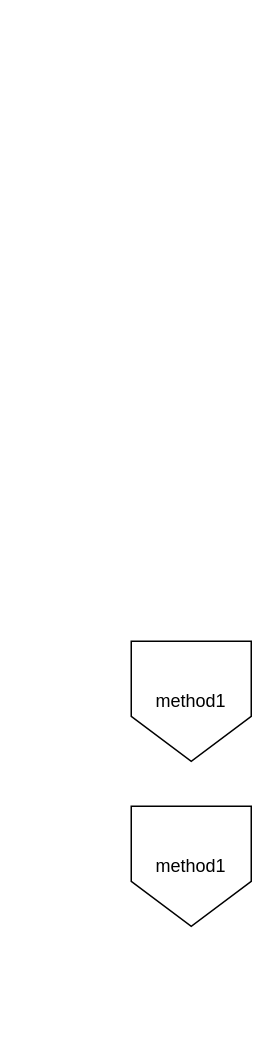
Above: page "Method 1" (2 of 3) of .github/Flowcharts/Read from File.drawio in NPITX-programs/ReadFromName (draw.io), before the change. Source tidied: cells renumbered, new cells numbered last; positions are measured from the earlier drawing's top-left corner, leaving out a move shared by most shapes. Both pictures are drawn from the tidied source at 150%, with x=0, y=0 at pixel (130, 640).
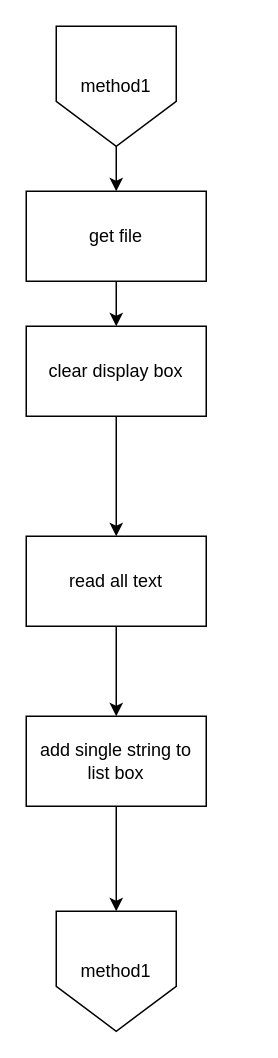
The same page after the edit.

Change to the diagram source:
```diff
@@
 <mxGraphModel>
   <root>
     <mxCell id="0" />
     <mxCell id="1" parent="0" />
+    <mxCell id="4" style="edgeStyle=orthogonalEdgeStyle;rounded=0;jettySize=auto;html=1;" parent="1" edge="1" source="2" target="10">
+      <mxGeometry relative="1" as="geometry" />
+    </mxCell>
     <mxCell id="2" value="method1" style="shape=offPageConnector;whiteSpace=wrap;html=1;" parent="1" vertex="1">
-      <mxGeometry width="80" height="80" as="geometry" />
+      <mxGeometry x="-50" y="-410" width="80" height="80" as="geometry" />
     </mxCell>
     <mxCell id="3" value="method1" style="shape=offPageConnector;whiteSpace=wrap;html=1;" parent="1" vertex="1">
-      <mxGeometry y="110" width="80" height="80" as="geometry" />
+      <mxGeometry x="-50" y="180" width="80" height="80" as="geometry" />
     </mxCell>
+    <mxCell id="5" style="edgeStyle=orthogonalEdgeStyle;rounded=0;jettySize=auto;html=1;" parent="1" edge="1" source="6" target="8">
+      <mxGeometry relative="1" as="geometry" />
+    </mxCell>
+    <mxCell id="6" value="read all text" style="rounded=0;whiteSpace=wrap;html=1;" parent="1" vertex="1">
+      <mxGeometry x="-70" y="-70" width="120" height="60" as="geometry" />
+    </mxCell>
+    <mxCell id="7" style="edgeStyle=orthogonalEdgeStyle;rounded=0;jettySize=auto;html=1;" parent="1" edge="1" source="8" target="3">
+      <mxGeometry relative="1" as="geometry" />
+    </mxCell>
+    <mxCell id="8" value="add single string to list box" style="rounded=0;whiteSpace=wrap;html=1;" parent="1" vertex="1">
+      <mxGeometry x="-70" y="50" width="120" height="60" as="geometry" />
+    </mxCell>
+    <mxCell id="9" style="edgeStyle=orthogonalEdgeStyle;rounded=0;jettySize=auto;html=1;" parent="1" edge="1" source="10" target="12">
+      <mxGeometry relative="1" as="geometry" />
+    </mxCell>
+    <mxCell id="10" value="get file" style="rounded=0;whiteSpace=wrap;html=1;" parent="1" vertex="1">
+      <mxGeometry x="-70" y="-300" width="120" height="60" as="geometry" />
+    </mxCell>
+    <mxCell id="11" style="edgeStyle=orthogonalEdgeStyle;rounded=0;jettySize=auto;html=1;" parent="1" edge="1" source="12" target="6">
+      <mxGeometry relative="1" as="geometry" />
+    </mxCell>
+    <mxCell id="12" value="clear display box" style="rounded=0;whiteSpace=wrap;html=1;" parent="1" vertex="1">
+      <mxGeometry x="-70" y="-210" width="120" height="60" as="geometry" />
+    </mxCell>
   </root>
 </mxGraphModel>
```
